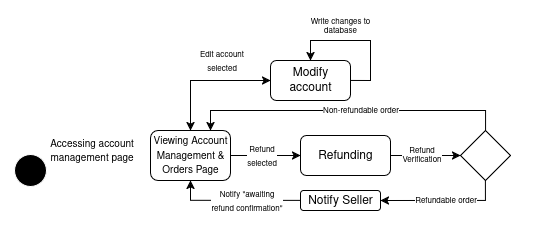
TagReaper/CSE-4214-03-Lab-Project keeps this draw.io diagram as SRS Documents/User Story Diagrams/State Diagram - 9.png. Above is the earlier version. Source tidied: cells renumbered, new cells last; positions are measured from the earlier drawing's top-left corner, leaving out a move shared by most shapes.
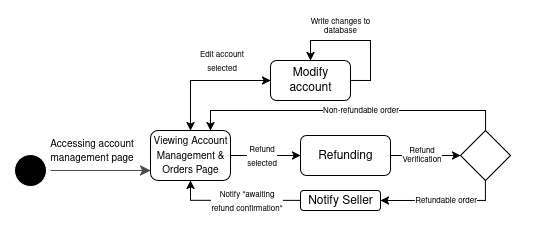
Above is the later version.

Change to the diagram source:
```diff
@@ -8,7 +8,7 @@
     <mxCell id="3" style="ellipse;html=1;shape=startState;fillColor=#000000;strokeColor=light-dark(#FFFFFF,#FFFFFF);" parent="1" vertex="1">
       <mxGeometry x="10" y="150" width="40" height="40" as="geometry" />
     </mxCell>
-    <mxCell id="4" style="edgeStyle=orthogonalEdgeStyle;html=1;verticalAlign=bottom;endArrow=classic;endSize=8;strokeColor=light-dark(#FFFFFF,#FFFFFF);rounded=0;endFill=1;" parent="1" edge="1" source="3">
+    <mxCell id="4" style="edgeStyle=orthogonalEdgeStyle;html=1;verticalAlign=bottom;endArrow=classic;endSize=8;strokeColor=light-dark(#4B4B4B,#FFFFFF);rounded=0;endFill=1;" parent="1" edge="1" source="3">
       <mxGeometry relative="1" as="geometry">
         <mxPoint x="150" y="170" as="targetPoint" />
         <Array as="points">
```
